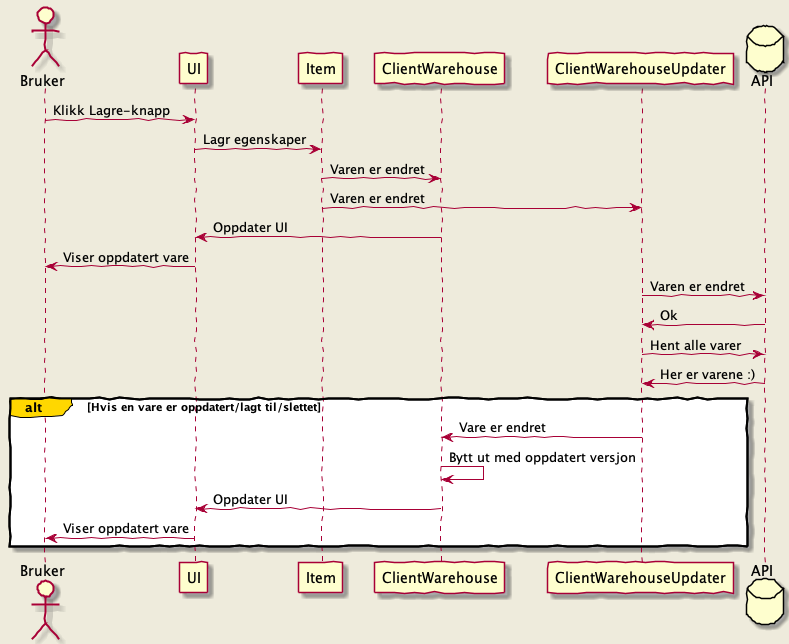
Earlier version of the PlantUML export docs/resources/sekvensDiagram.png (ollfkaih/warehouse). The source it was exported from:
```plantuml
@startuml requestsWhenSaving
skinparam backgroundColor #EEEBDC
skinparam handwritten true

actor Bruker
Bruker -> UI : Klikk Lagre-knapp
UI -> Item : Lagr egenskaper
Item -> ClientWarehouse: Varen er endret
Item -> ClientWarehouseUpdater : Varen er endret
ClientWarehouse -> UI : Oppdater UI
UI -> Bruker : Viser oppdatert vare
database API
ClientWarehouseUpdater -> API : Varen er endret
API -> ClientWarehouseUpdater : Ok
ClientWarehouseUpdater -> API : Hent alle varer
API -> ClientWarehouseUpdater : Her er varene :)
alt#Gold #White Hvis en vare er oppdatert/lagt til/slettet
    ClientWarehouseUpdater -> ClientWarehouse : Vare er endret
    ClientWarehouse -> ClientWarehouse : Bytt ut med oppdatert versjon
    ClientWarehouse -> UI : Oppdater UI
    UI -> Bruker : Viser oppdatert vare
end

@enduml
```
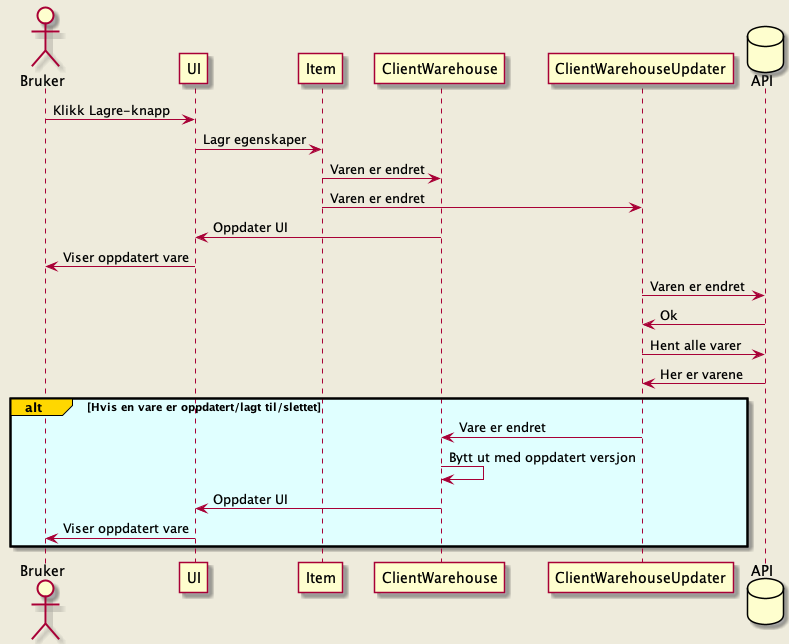
Above is the later version.

Commit message:
Update sequence diagram

Change to the diagram source:
```diff
@@ -1,6 +1,5 @@
 @startuml requestsWhenSaving
 skinparam backgroundColor #EEEBDC
-skinparam handwritten true
 
 actor Bruker
 Bruker -> UI : Klikk Lagre-knapp
@@ -13,8 +12,8 @@
 ClientWarehouseUpdater -> API : Varen er endret
 API -> ClientWarehouseUpdater : Ok
 ClientWarehouseUpdater -> API : Hent alle varer
-API -> ClientWarehouseUpdater : Her er varene :)
-alt#Gold #White Hvis en vare er oppdatert/lagt til/slettet
+API -> ClientWarehouseUpdater : Her er varene
+alt#Gold #LightCyan Hvis en vare er oppdatert/lagt til/slettet
     ClientWarehouseUpdater -> ClientWarehouse : Vare er endret
     ClientWarehouse -> ClientWarehouse : Bytt ut med oppdatert versjon
     ClientWarehouse -> UI : Oppdater UI
```
